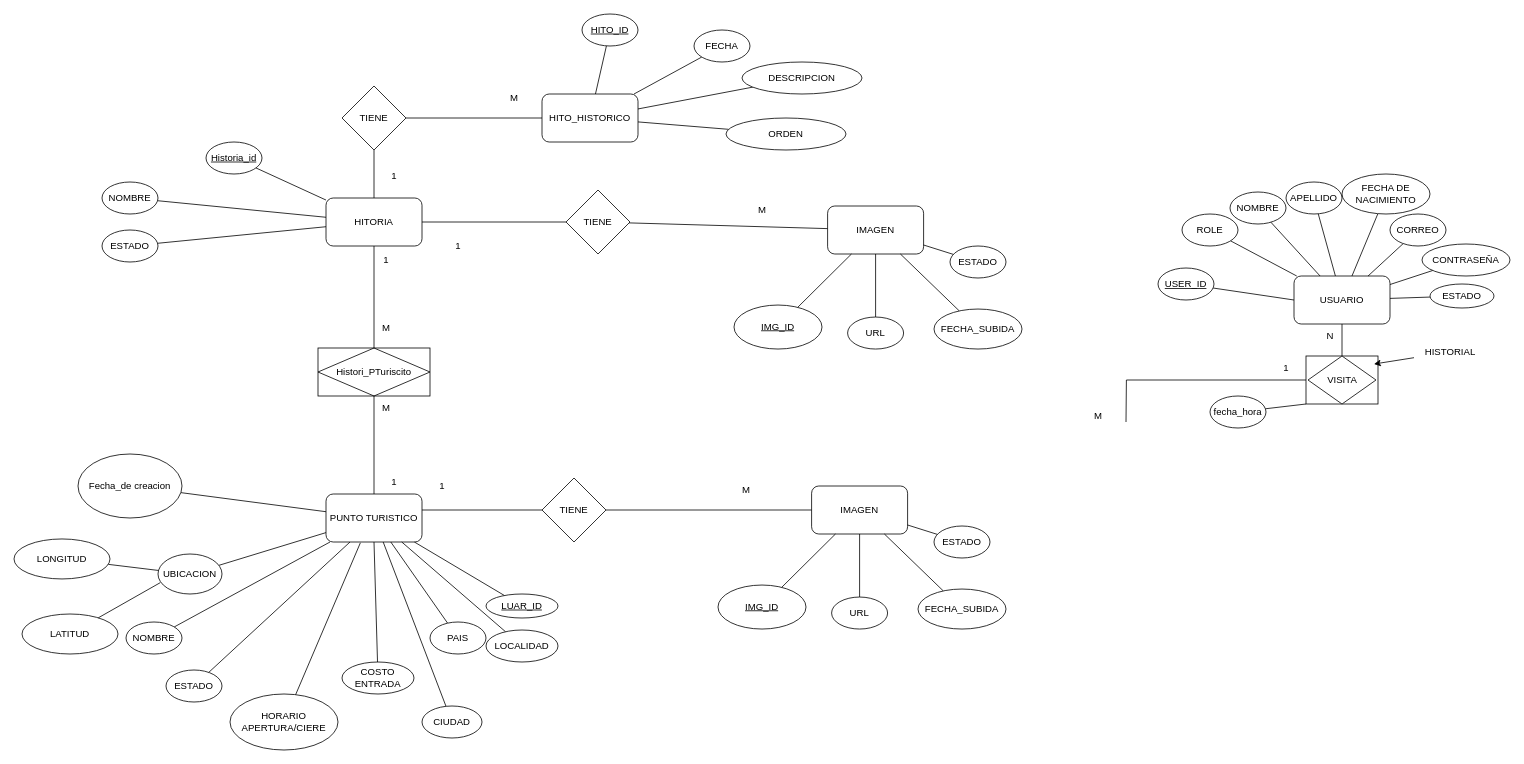
Above: german.drawio in AlesharrDev/diagramasturista (draw.io), before the change. Source tidied: cells renumbered, new cells numbered last; positions are measured from the earlier drawing's top-left corner, leaving out a move shared by most shapes. Both pictures are drawn from the tidied source at 80%, with x=0, y=0 at pixel (14, 14).
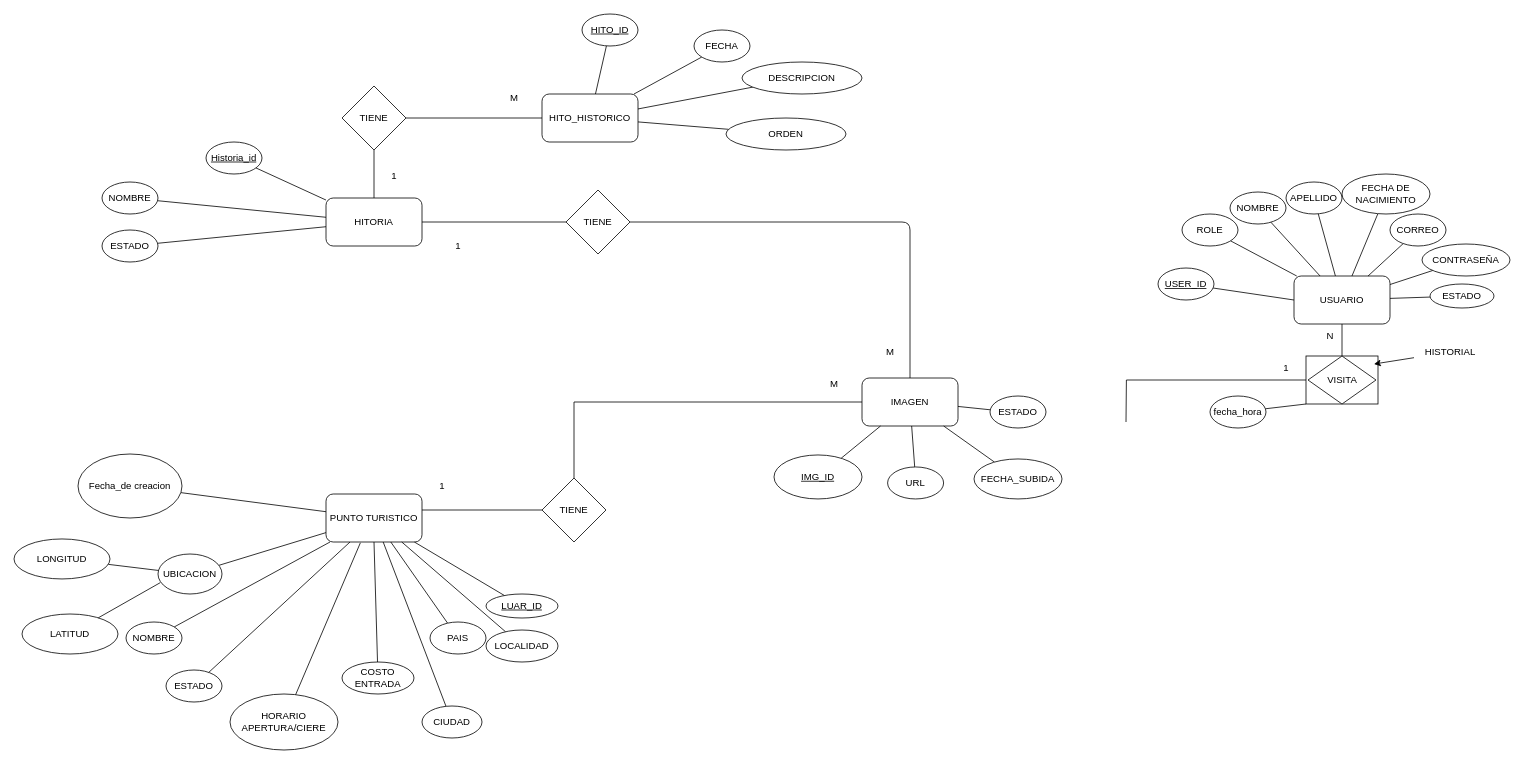
The same page after the edit.

Commit message:
actualizacion sin relacion circular

Unchanged cells that the change refers to:
```xml
<mxCell id="3" value="PUNTO TURISTICO" style="rounded=1;whiteSpace=wrap;html=1;" parent="1" vertex="1">
  <mxGeometry x="390" y="600" width="120" height="60" as="geometry" />
</mxCell>
<mxCell id="38" value="TIENE" style="rhombus;whiteSpace=wrap;html=1;" parent="1" vertex="1">
  <mxGeometry x="660" y="580" width="80" height="80" as="geometry" />
</mxCell>
<mxCell id="69" value="HITORIA" style="rounded=1;whiteSpace=wrap;html=1;" parent="1" vertex="1">
  <mxGeometry x="390" y="230" width="120" height="60" as="geometry" />
</mxCell>
<mxCell id="85" value="TIENE" style="rhombus;whiteSpace=wrap;html=1;" parent="1" vertex="1">
  <mxGeometry x="690" y="220" width="80" height="80" as="geometry" />
</mxCell>
```

What changed in the source:
```diff
@@
-    <mxCell id="26" value="M" style="text;html=1;align=center;verticalAlign=middle;strokeColor=none;fillColor=none;" parent="1" vertex="1">
-      <mxGeometry x="1340" y="487.5" width="30" height="30" as="geometry" />
-    </mxCell>
-    <mxCell id="27" value="IMAGEN" style="rounded=1;whiteSpace=wrap;html=1;" parent="1" vertex="1">
-      <mxGeometry x="997" y="590" width="120" height="60" as="geometry" />
-    </mxCell>
-    <mxCell id="28" style="rounded=0;jettySize=auto;html=1;endArrow=none;startFill=0;" parent="1" edge="1" source="29" target="27">
-      <mxGeometry relative="1" as="geometry" />
-    </mxCell>
-    <mxCell id="29" value="ESTADO" style="ellipse;whiteSpace=wrap;html=1;" parent="1" vertex="1">
-      <mxGeometry x="1150" y="640" width="70" height="40" as="geometry" />
-    </mxCell>
-    <mxCell id="30" style="rounded=0;jettySize=auto;html=1;endArrow=none;startFill=0;" parent="1" edge="1" source="31" target="27">
-      <mxGeometry relative="1" as="geometry" />
-    </mxCell>
-    <mxCell id="31" value="URL" style="ellipse;whiteSpace=wrap;html=1;" parent="1" vertex="1">
-      <mxGeometry x="1022" y="728.8" width="70" height="40" as="geometry" />
-    </mxCell>
-    <mxCell id="32" style="rounded=0;jettySize=auto;html=1;endArrow=none;startFill=0;" parent="1" edge="1" source="33" target="27">
-      <mxGeometry relative="1" as="geometry" />
-    </mxCell>
-    <mxCell id="33" value="FECHA_SUBIDA" style="ellipse;whiteSpace=wrap;html=1;" parent="1" vertex="1">
-      <mxGeometry x="1130" y="718.8" width="110" height="50" as="geometry" />
-    </mxCell>
-    <mxCell id="34" style="rounded=0;jettySize=auto;html=1;endArrow=none;startFill=0;" parent="1" edge="1" source="35" target="27">
-      <mxGeometry relative="1" as="geometry" />
-    </mxCell>
-    <mxCell id="35" value="&lt;u&gt;IMG_ID&lt;/u&gt;" style="ellipse;whiteSpace=wrap;html=1;" parent="1" vertex="1">
-      <mxGeometry x="880" y="713.8" width="110" height="55" as="geometry" />
-    </mxCell>
-    <mxCell id="36" value="M" style="text;html=1;align=center;verticalAlign=middle;strokeColor=none;fillColor=none;" parent="1" vertex="1">
-      <mxGeometry x="900" y="580" width="30" height="30" as="geometry" />
-    </mxCell>
@@
-    <mxCell id="67" style="edgeStyle=orthogonalEdgeStyle;rounded=0;jettySize=auto;html=1;endArrow=none;startFill=0;" parent="1" edge="1" source="27" target="38">
+    <mxCell id="67" style="edgeStyle=orthogonalEdgeStyle;rounded=0;jettySize=auto;html=1;endArrow=none;startFill=0;" parent="1" edge="1" source="101" target="38">
       <mxGeometry relative="1" as="geometry" />
     </mxCell>
-    <mxCell id="68" style="edgeStyle=none;html=1;endArrow=none;endFill=0;" parent="1" edge="1" source="69" target="71">
-      <mxGeometry relative="1" as="geometry" />
-    </mxCell>
@@
-    <mxCell id="70" style="edgeStyle=none;html=1;endArrow=none;endFill=0;" parent="1" edge="1" source="71" target="3">
-      <mxGeometry relative="1" as="geometry" />
-    </mxCell>
-    <mxCell id="71" value="Histori_PTuriscito" style="shape=associativeEntity;whiteSpace=wrap;html=1;align=center;" parent="1" vertex="1">
-      <mxGeometry x="380" y="417.5" width="140" height="60" as="geometry" />
-    </mxCell>
@@
-    <mxCell id="82" value="M" style="text;html=1;align=center;verticalAlign=middle;strokeColor=none;fillColor=none;" parent="1" vertex="1">
-      <mxGeometry x="450" y="377.5" width="30" height="30" as="geometry" />
-    </mxCell>
-    <mxCell id="83" value="M" style="text;html=1;align=center;verticalAlign=middle;strokeColor=none;fillColor=none;" parent="1" vertex="1">
-      <mxGeometry x="450" y="477.5" width="30" height="30" as="geometry" />
-    </mxCell>
@@
-    <mxCell id="99" value="1" style="text;html=1;align=center;verticalAlign=middle;strokeColor=none;fillColor=none;" parent="1" vertex="1">
-      <mxGeometry x="460" y="570" width="30" height="30" as="geometry" />
-    </mxCell>
-    <mxCell id="100" value="1" style="text;html=1;align=center;verticalAlign=middle;strokeColor=none;fillColor=none;" parent="1" vertex="1">
-      <mxGeometry x="450" y="292.5" width="30" height="30" as="geometry" />
-    </mxCell>
     <mxCell id="101" value="IMAGEN" style="rounded=1;whiteSpace=wrap;html=1;" parent="1" vertex="1">
-      <mxGeometry x="1017" y="240" width="120" height="60" as="geometry" />
+      <mxGeometry x="1060" y="455" width="120" height="60" as="geometry" />
     </mxCell>
@@
     <mxCell id="103" value="ESTADO" style="ellipse;whiteSpace=wrap;html=1;" parent="1" vertex="1">
-      <mxGeometry x="1170" y="290" width="70" height="40" as="geometry" />
+      <mxGeometry x="1220" y="477.5" width="70" height="40" as="geometry" />
     </mxCell>
@@
     <mxCell id="105" value="URL" style="ellipse;whiteSpace=wrap;html=1;" parent="1" vertex="1">
-      <mxGeometry x="1042" y="378.8" width="70" height="40" as="geometry" />
+      <mxGeometry x="1092" y="566.2" width="70" height="40" as="geometry" />
     </mxCell>
@@
     <mxCell id="107" value="FECHA_SUBIDA" style="ellipse;whiteSpace=wrap;html=1;" parent="1" vertex="1">
-      <mxGeometry x="1150" y="368.8" width="110" height="50" as="geometry" />
+      <mxGeometry x="1200" y="556.2" width="110" height="50" as="geometry" />
     </mxCell>
@@
     <mxCell id="109" value="&lt;u&gt;IMG_ID&lt;/u&gt;" style="ellipse;whiteSpace=wrap;html=1;" parent="1" vertex="1">
-      <mxGeometry x="900" y="363.8" width="110" height="55" as="geometry" />
+      <mxGeometry x="950" y="551.2" width="110" height="55" as="geometry" />
     </mxCell>
     <mxCell id="110" value="M" style="text;html=1;align=center;verticalAlign=middle;strokeColor=none;fillColor=none;" parent="1" vertex="1">
-      <mxGeometry x="920" y="230" width="30" height="30" as="geometry" />
+      <mxGeometry x="1010" y="447.5" width="30" height="30" as="geometry" />
     </mxCell>
-    <mxCell id="111" style="edgeStyle=none;html=1;endArrow=none;endFill=0;" parent="1" edge="1" source="85" target="101">
+    <mxCell id="111" style="edgeStyle=orthogonalEdgeStyle;html=1;endArrow=none;endFill=0;" parent="1" edge="1" source="85" target="101">
       <mxGeometry relative="1" as="geometry" />
     </mxCell>
+    <mxCell id="112" value="M" style="text;html=1;align=center;verticalAlign=middle;strokeColor=none;fillColor=none;" parent="1" vertex="1">
+      <mxGeometry x="1080" y="407.5" width="30" height="30" as="geometry" />
+    </mxCell>
```
